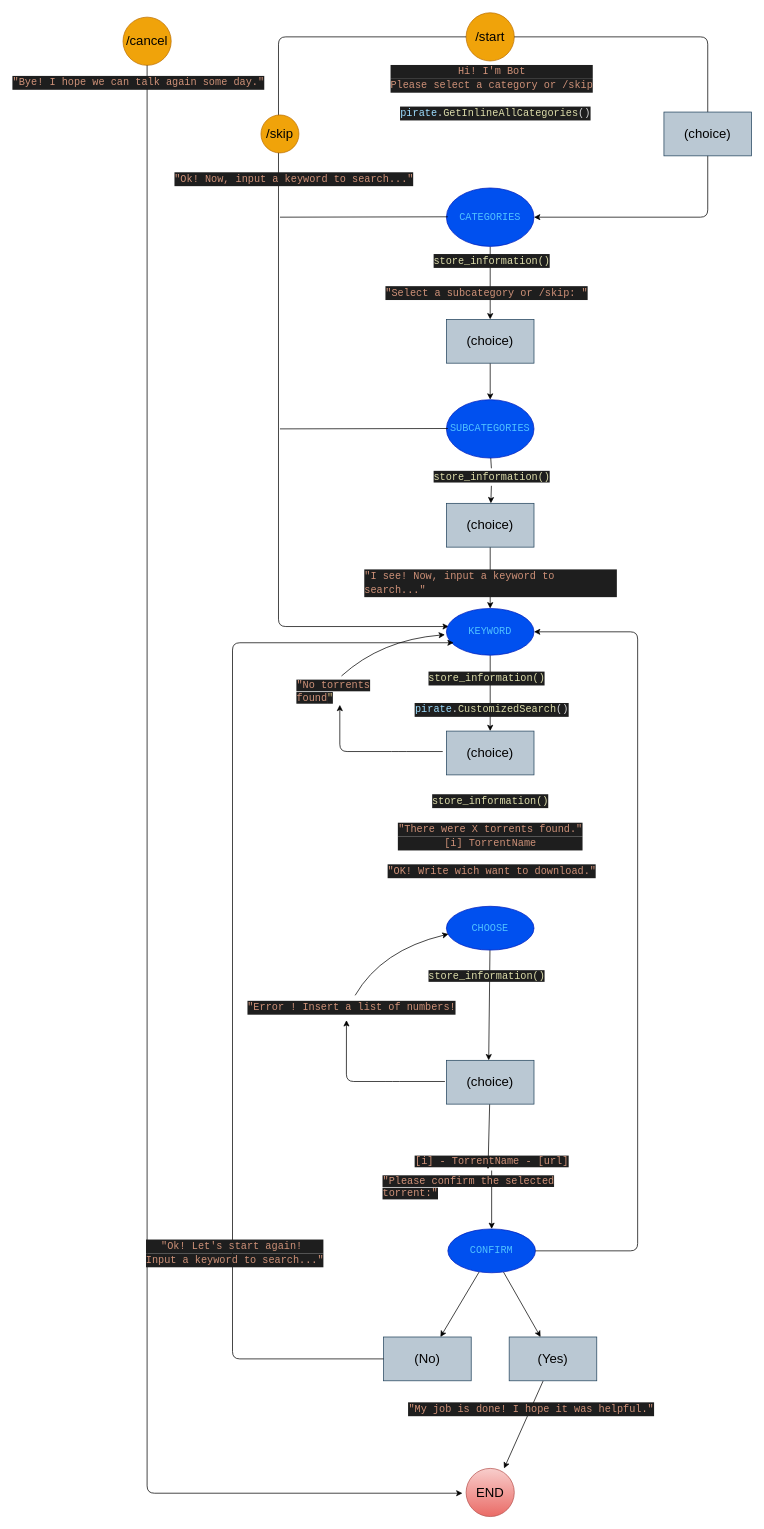
memoryleak07/TPBTelegramBOT keeps this draw.io diagram as diagram_state.drawio. Above is the earlier version. Source tidied: cells renumbered, new cells numbered last; positions are measured from the earlier drawing's top-left corner, leaving out a move shared by most shapes. Both pictures are drawn from the tidied source at 73%, with x=0, y=0 at pixel (15, -288).
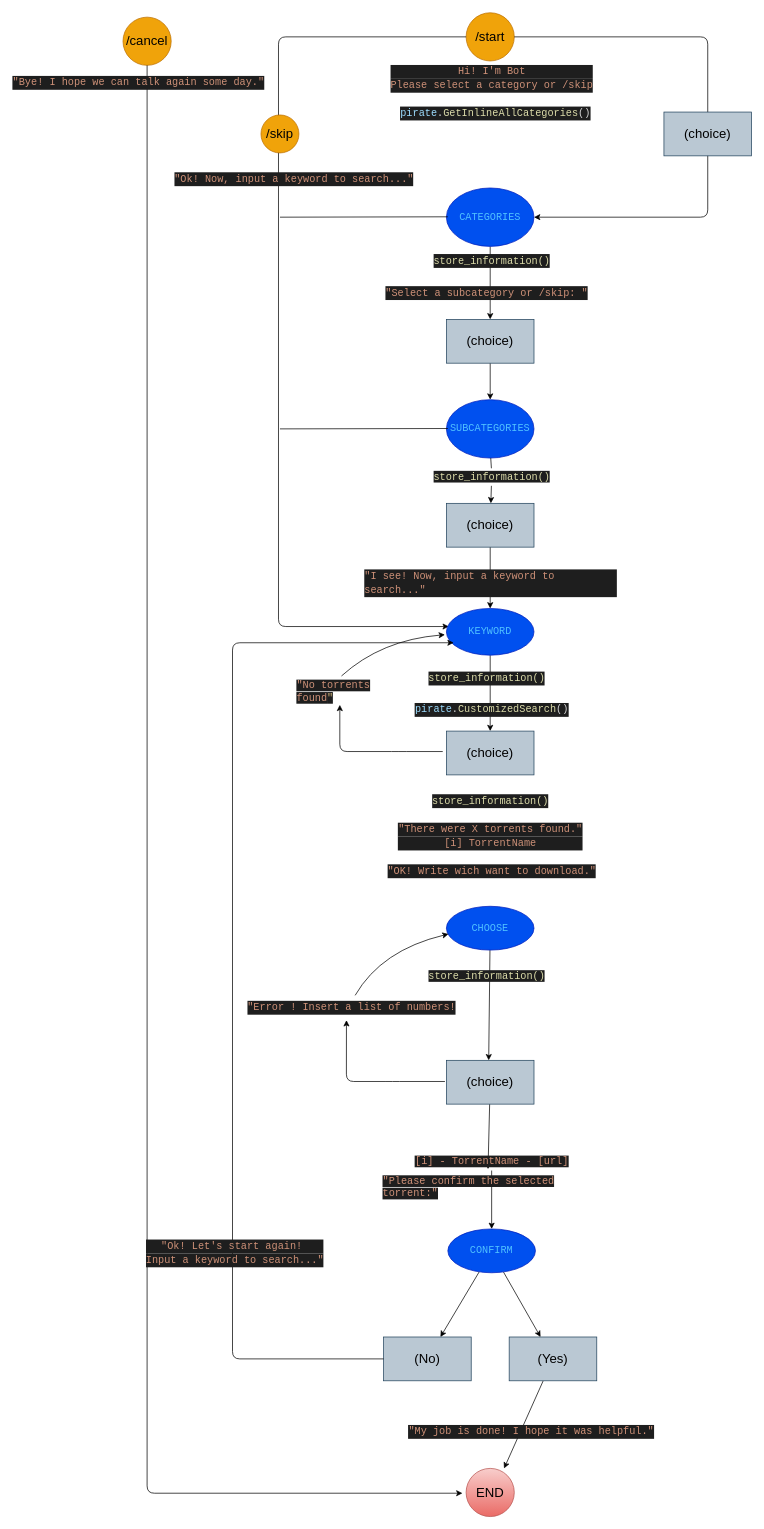
Above is the later version.

Unchanged cells that the change refers to:
```xml
<mxCell id="12" value="&lt;div style=&quot;color: rgb(212 , 212 , 212) ; font-family: &amp;#34;consolas&amp;#34; , &amp;#34;courier new&amp;#34; , monospace ; font-size: 14px ; line-height: 19px&quot;&gt;&lt;div style=&quot;font-family: &amp;#34;consolas&amp;#34; , &amp;#34;courier new&amp;#34; , monospace ; line-height: 19px&quot;&gt;&lt;span style=&quot;color: rgb(79 , 193 , 255)&quot;&gt;CONFIRM&lt;/span&gt;&lt;/div&gt;&lt;/div&gt;" style="ellipse;whiteSpace=wrap;html=1;fillColor=#0050ef;fontColor=#ffffff;strokeColor=#001DBC;" parent="1" vertex="1">
  <mxGeometry x="592" y="2078" width="120" height="60" as="geometry" />
</mxCell>
<mxCell id="21" value="&lt;div style=&quot;color: rgb(212 , 212 , 212) ; font-family: &amp;#34;consolas&amp;#34; , &amp;#34;courier new&amp;#34; , monospace ; font-size: 14px ; line-height: 19px&quot;&gt;&lt;span style=&quot;color: rgb(79 , 193 , 255)&quot;&gt;KEYWORD&lt;/span&gt;&lt;/div&gt;" style="ellipse;whiteSpace=wrap;html=1;fillColor=#0050ef;fontColor=#ffffff;strokeColor=#001DBC;" parent="1" vertex="1">
  <mxGeometry x="590" y="1228" width="120" height="64" as="geometry" />
</mxCell>
```

Diff of the diagram source:
```diff
@@
     <mxCell id="41" value="&lt;div style=&quot;color: rgb(212 , 212 , 212) ; background-color: rgb(30 , 30 , 30) ; font-family: &amp;#34;consolas&amp;#34; , &amp;#34;courier new&amp;#34; , monospace ; font-size: 14px ; line-height: 19px&quot;&gt;&lt;span style=&quot;color: #ce9178&quot;&gt;&quot;My job is done! I hope it was helpful.&lt;/span&gt;&lt;span style=&quot;color: #ce9178&quot;&gt;&quot;&lt;/span&gt;&lt;/div&gt;" style="text;html=1;align=center;verticalAlign=middle;strokeColor=none;fillColor=none;fontColor=#CE9178;" parent="1" vertex="1">
-      <mxGeometry x="544" y="2313" width="324" height="24" as="geometry" />
+      <mxGeometry x="544" y="2344" width="324" height="24" as="geometry" />
     </mxCell>
@@
-    <mxCell id="60" style="edgeStyle=elbowEdgeStyle;elbow=horizontal;endArrow=classic;html=1;fontSize=18;startArrow=none;entryX=1;entryY=0.5;entryDx=0;entryDy=0;exitX=1;exitY=0.5;exitDx=0;exitDy=0;" parent="1" edge="1" source="12" target="21">
-      <mxGeometry relative="1" as="geometry">
-        <Array as="points">
-          <mxPoint x="852" y="1576" />
-          <mxPoint x="1059" y="846" />
-        </Array>
-      </mxGeometry>
-    </mxCell>
```
